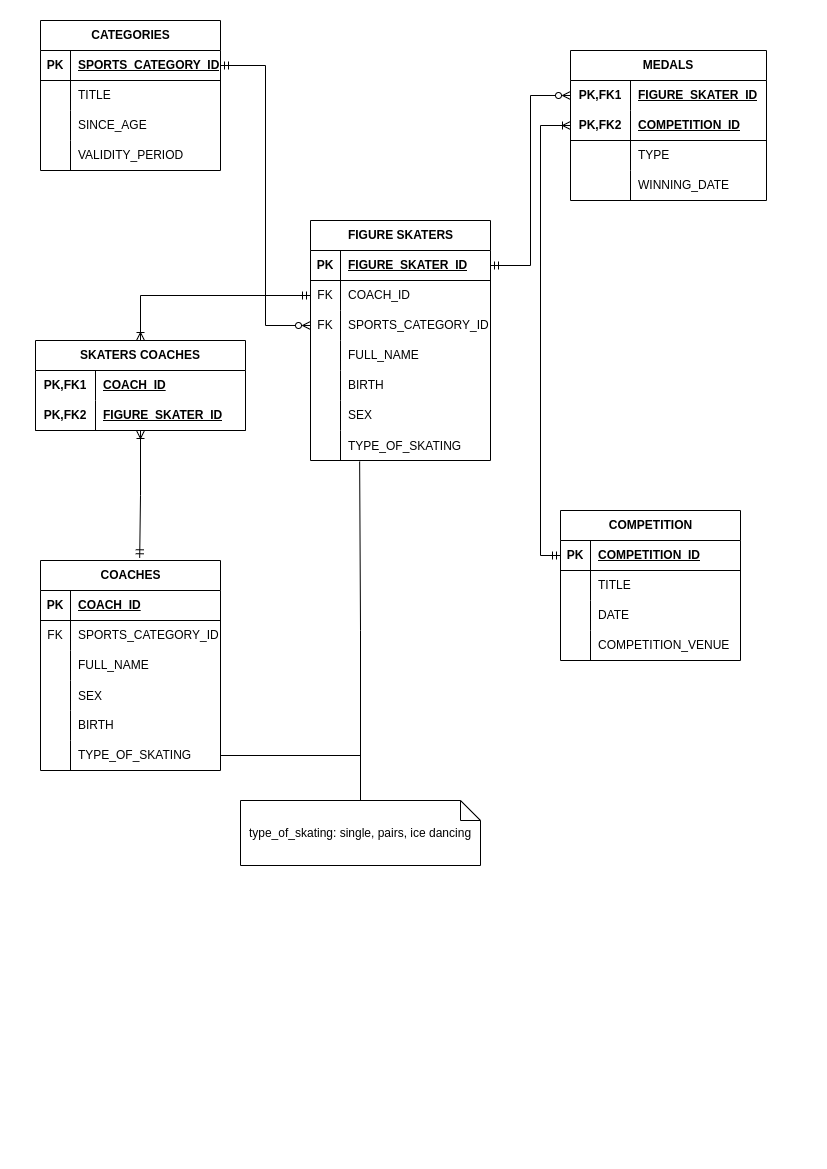
The draw.io diagram logic_model.png in Entriqa/MIPT-db-course, before a commit. Source tidied: cells renumbered, new cells last; positions are measured from the earlier drawing's top-left corner, leaving out a move shared by most shapes.
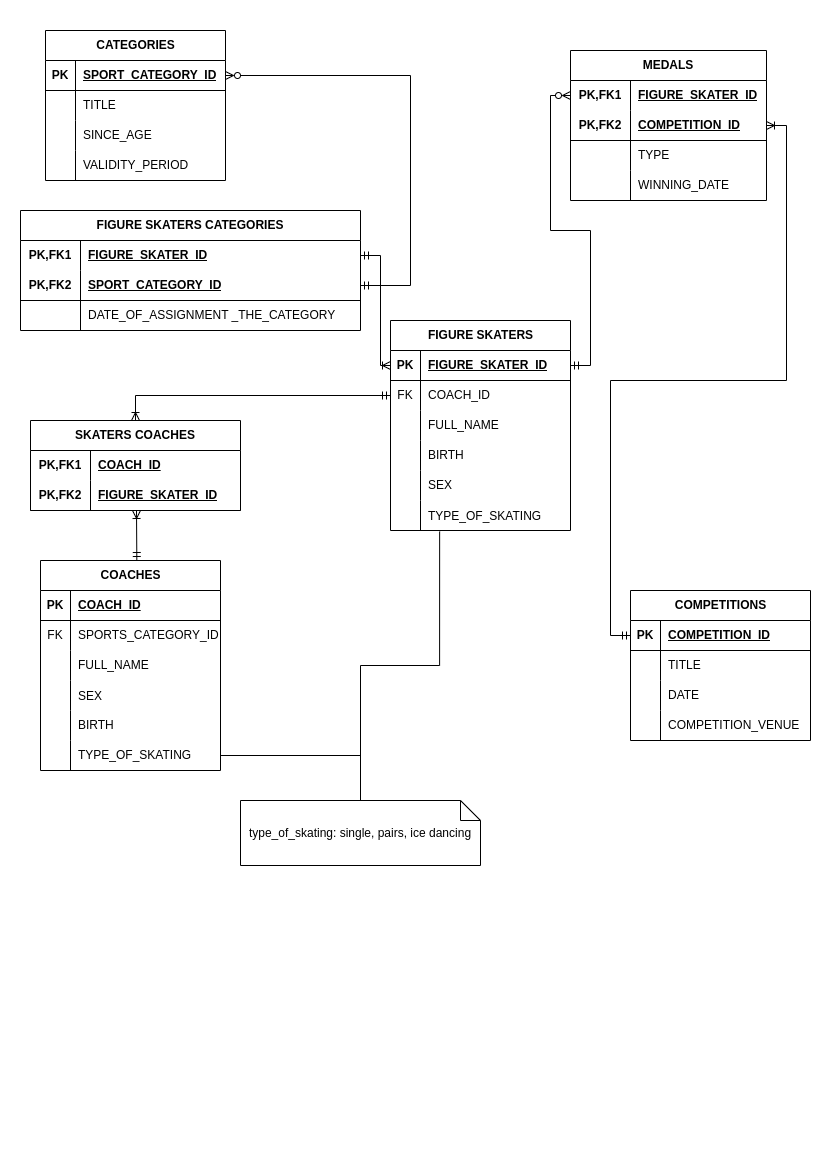
Later version of the same file.

Commit message:
added table with figure skaters categories to logic model

The edit, as a diff of the source:
```diff
@@ -3,7 +3,7 @@
     <mxCell id="0" />
     <mxCell id="1" parent="0" />
     <mxCell id="2" value="CATEGORIES" style="shape=table;startSize=30;rowLines=0;fontStyle=1;align=center;html=1;" parent="1" vertex="1">
-      <mxGeometry x="5" width="180" height="150" as="geometry" />
+      <mxGeometry x="10" y="10" width="180" height="150" as="geometry" />
     </mxCell>
     <mxCell id="3" style="shape=tableRow;horizontal=0;startSize=0;swimlaneHead=0;swimlaneBody=0;fillColor=none;points=[[0,0.5],[1,0.5]];portConstraint=eastwest;top=0;left=0;right=0;bottom=1;" parent="2" vertex="1">
       <mxGeometry y="30" width="180" height="30" as="geometry" />
@@ -11,7 +11,7 @@
     <mxCell id="4" value="PK" style="shape=partialRectangle;fillColor=none;top=0;left=0;bottom=0;right=0;fontStyle=1;overflow=hidden;whiteSpace=wrap;html=1;" parent="3" vertex="1">
       <mxGeometry width="30" height="30" as="geometry" />
     </mxCell>
-    <mxCell id="5" value="SPORTS_CATEGORY_ID" style="shape=partialRectangle;fillColor=none;top=0;left=0;bottom=0;right=0;align=left;spacingLeft=6;fontStyle=5;overflow=hidden;whiteSpace=wrap;html=1;" parent="3" vertex="1">
+    <mxCell id="5" value="SPORT_CATEGORY_ID" style="shape=partialRectangle;fillColor=none;top=0;left=0;bottom=0;right=0;align=left;spacingLeft=6;fontStyle=5;overflow=hidden;whiteSpace=wrap;html=1;" parent="3" vertex="1">
       <mxGeometry x="30" width="150" height="30" as="geometry" />
     </mxCell>
     <mxCell id="6" style="shape=tableRow;horizontal=0;startSize=0;swimlaneHead=0;swimlaneBody=0;fillColor=none;top=0;left=0;right=0;bottom=0;" parent="2" vertex="1">
@@ -42,7 +42,7 @@
       <mxGeometry x="30" width="150" height="30" as="geometry" />
     </mxCell>
     <mxCell id="15" value="FIGURE SKATERS" style="shape=table;startSize=30;rowLines=0;fontStyle=1;align=center;html=1;" parent="1" vertex="1">
-      <mxGeometry x="275" y="200" width="180" height="240" as="geometry" />
+      <mxGeometry x="355" y="300" width="180" height="210" as="geometry" />
     </mxCell>
     <mxCell id="16" style="shape=tableRow;horizontal=0;startSize=0;swimlaneHead=0;swimlaneBody=0;fillColor=none;points=[[0,0.5],[1,0.5]];portConstraint=eastwest;top=0;left=0;right=0;bottom=1;" parent="15" vertex="1">
       <mxGeometry y="30" width="180" height="30" as="geometry" />
@@ -62,17 +62,8 @@
     <mxCell id="21" value="COACH_ID" style="shape=partialRectangle;fillColor=none;top=0;left=0;bottom=0;right=0;align=left;spacingLeft=6;fontStyle=0;overflow=hidden;whiteSpace=wrap;html=1;" parent="19" vertex="1">
       <mxGeometry x="30" width="150" height="30" as="geometry" />
     </mxCell>
-    <mxCell id="22" style="shape=tableRow;horizontal=0;startSize=0;swimlaneHead=0;swimlaneBody=0;fillColor=none;points=[[0,0.5],[1,0.5]];portConstraint=eastwest;top=0;left=0;right=0;bottom=0;" parent="15" vertex="1">
-      <mxGeometry y="90" width="180" height="30" as="geometry" />
-    </mxCell>
-    <mxCell id="23" value="FK" style="shape=partialRectangle;fillColor=none;top=0;left=0;bottom=0;right=0;fontStyle=0;overflow=hidden;whiteSpace=wrap;html=1;" parent="22" vertex="1">
-      <mxGeometry width="30" height="30" as="geometry" />
-    </mxCell>
-    <mxCell id="24" value="SPORTS_CATEGORY_ID" style="shape=partialRectangle;fillColor=none;top=0;left=0;bottom=0;right=0;align=left;spacingLeft=6;fontStyle=0;overflow=hidden;whiteSpace=wrap;html=1;" parent="22" vertex="1">
-      <mxGeometry x="30" width="150" height="30" as="geometry" />
-    </mxCell>
     <mxCell id="25" style="shape=tableRow;horizontal=0;startSize=0;swimlaneHead=0;swimlaneBody=0;fillColor=none;top=0;left=0;right=0;bottom=0;" parent="15" vertex="1">
-      <mxGeometry y="120" width="180" height="30" as="geometry" />
+      <mxGeometry y="90" width="180" height="30" as="geometry" />
     </mxCell>
     <mxCell id="26" style="shape=partialRectangle;fillColor=none;top=0;left=0;bottom=0;right=0;overflow=hidden;whiteSpace=wrap;html=1;" parent="25" vertex="1">
       <mxGeometry width="30" height="30" as="geometry" />
@@ -81,7 +72,7 @@
       <mxGeometry x="30" width="150" height="30" as="geometry" />
     </mxCell>
     <mxCell id="28" style="shape=tableRow;horizontal=0;startSize=0;swimlaneHead=0;swimlaneBody=0;fillColor=none;top=0;left=0;right=0;bottom=0;" parent="15" vertex="1">
-      <mxGeometry y="150" width="180" height="30" as="geometry" />
+      <mxGeometry y="120" width="180" height="30" as="geometry" />
     </mxCell>
     <mxCell id="29" style="shape=partialRectangle;fillColor=none;top=0;left=0;bottom=0;right=0;overflow=hidden;whiteSpace=wrap;html=1;" parent="28" vertex="1">
       <mxGeometry width="30" height="30" as="geometry" />
@@ -90,7 +81,7 @@
       <mxGeometry x="30" width="150" height="30" as="geometry" />
     </mxCell>
     <mxCell id="31" style="shape=tableRow;horizontal=0;startSize=0;swimlaneHead=0;swimlaneBody=0;fillColor=none;top=0;left=0;right=0;bottom=0;" parent="15" vertex="1">
-      <mxGeometry y="180" width="180" height="30" as="geometry" />
+      <mxGeometry y="150" width="180" height="30" as="geometry" />
     </mxCell>
     <mxCell id="32" style="shape=partialRectangle;fillColor=none;top=0;left=0;bottom=0;right=0;overflow=hidden;whiteSpace=wrap;html=1;" parent="31" vertex="1">
       <mxGeometry width="30" height="30" as="geometry" />
@@ -99,7 +90,7 @@
       <mxGeometry x="30" width="150" height="30" as="geometry" />
     </mxCell>
     <mxCell id="34" style="shape=tableRow;horizontal=0;startSize=0;swimlaneHead=0;swimlaneBody=0;fillColor=none;points=[[0,0.5],[1,0.5]];portConstraint=eastwest;top=0;left=0;right=0;bottom=0;" parent="15" vertex="1">
-      <mxGeometry y="210" width="180" height="30" as="geometry" />
+      <mxGeometry y="180" width="180" height="30" as="geometry" />
     </mxCell>
     <mxCell id="35" style="shape=partialRectangle;fillColor=none;top=0;left=0;bottom=0;right=0;overflow=hidden;" parent="34" vertex="1">
       <mxGeometry width="30" height="30" as="geometry" />
@@ -170,8 +161,8 @@
     <mxCell id="57" value="TYPE_OF_SKATING" style="shape=partialRectangle;fillColor=none;top=0;left=0;bottom=0;right=0;align=left;spacingLeft=6;overflow=hidden;whiteSpace=wrap;html=1;" parent="55" vertex="1">
       <mxGeometry x="30" width="150" height="30" as="geometry" />
     </mxCell>
-    <mxCell id="58" value="COMPETITION" style="shape=table;startSize=30;rowLines=0;fontStyle=1;align=center;html=1;" parent="1" vertex="1">
-      <mxGeometry x="525" y="490" width="180" height="150" as="geometry" />
+    <mxCell id="58" value="COMPETITIONS" style="shape=table;startSize=30;rowLines=0;fontStyle=1;align=center;html=1;" parent="1" vertex="1">
+      <mxGeometry x="595" y="570" width="180" height="150" as="geometry" />
     </mxCell>
     <mxCell id="59" style="shape=tableRow;horizontal=0;startSize=0;swimlaneHead=0;swimlaneBody=0;fillColor=none;points=[[0,0.5],[1,0.5]];portConstraint=eastwest;top=0;left=0;right=0;bottom=1;" parent="58" vertex="1">
       <mxGeometry y="30" width="180" height="30" as="geometry" />
@@ -254,9 +245,6 @@
     <mxCell id="85" value="type_of_skating: single, pairs, ice dancing" style="shape=note;size=20;whiteSpace=wrap;html=1;" parent="1" vertex="1">
       <mxGeometry x="205" y="780" width="240" height="65" as="geometry" />
     </mxCell>
-    <mxCell id="86" style="edgeStyle=orthogonalEdgeStyle;rounded=0;jettySize=auto;html=1;entryX=1;entryY=0.5;entryDx=0;entryDy=0;startArrow=ERzeroToMany;startFill=0;endArrow=ERmandOne;endFill=0;" parent="1" edge="1" source="22" target="3">
-      <mxGeometry relative="1" as="geometry" />
-    </mxCell>
     <mxCell id="87" style="edgeStyle=orthogonalEdgeStyle;rounded=0;jettySize=auto;html=1;entryX=1;entryY=0.5;entryDx=0;entryDy=0;endArrow=ERmandOne;endFill=0;startArrow=ERzeroToMany;startFill=0;" parent="1" edge="1" source="72" target="16">
       <mxGeometry relative="1" as="geometry" />
     </mxCell>
@@ -267,7 +255,7 @@
       <mxGeometry relative="1" as="geometry" />
     </mxCell>
     <mxCell id="90" value="SKATERS COACHES" style="shape=table;startSize=30;rowLines=0;fontStyle=1;align=center;html=1;whiteSpace=wrap;" parent="1" vertex="1">
-      <mxGeometry y="320" width="210" height="90" as="geometry" />
+      <mxGeometry x="-5" y="400" width="210" height="90" as="geometry" />
     </mxCell>
     <mxCell id="91" style="shape=tableRow;horizontal=0;startSize=0;swimlaneHead=0;swimlaneBody=0;fillColor=none;top=0;left=0;right=0;bottom=0;html=1;" parent="90" vertex="1">
       <mxGeometry y="30" width="210" height="30" as="geometry" />
@@ -287,11 +275,60 @@
     <mxCell id="96" value="FIGURE_SKATER_ID" style="shape=partialRectangle;fillColor=none;top=0;left=0;bottom=0;right=0;align=left;spacingLeft=6;fontStyle=5;overflow=hidden;html=1;whiteSpace=wrap;" parent="94" vertex="1">
       <mxGeometry x="60" width="150" height="30" as="geometry" />
     </mxCell>
-    <mxCell id="97" style="edgeStyle=orthogonalEdgeStyle;rounded=0;jettySize=auto;html=1;entryX=0.551;entryY=-0.013;entryDx=0;entryDy=0;entryPerimeter=0;endArrow=ERmandOne;endFill=0;startArrow=ERoneToMany;startFill=0;" parent="1" edge="1" source="90" target="39">
-      <mxGeometry relative="1" as="geometry" />
+    <mxCell id="97" style="rounded=0;orthogonalLoop=1;jettySize=auto;html=1;endArrow=ERmandOne;endFill=0;startArrow=ERoneToMany;startFill=0;" parent="1" edge="1">
+      <mxGeometry relative="1" as="geometry">
+        <mxPoint x="101" y="490" as="sourcePoint" />
+        <mxPoint x="101.3" y="540" as="targetPoint" />
+      </mxGeometry>
     </mxCell>
     <mxCell id="98" style="edgeStyle=orthogonalEdgeStyle;rounded=0;jettySize=auto;html=1;entryX=0.5;entryY=0;entryDx=0;entryDy=0;startArrow=ERmandOne;startFill=0;endArrow=ERoneToMany;endFill=0;" parent="1" edge="1" source="19" target="90">
       <mxGeometry relative="1" as="geometry" />
     </mxCell>
+    <mxCell id="99" value="FIGURE SKATERS CATEGORIES" style="shape=table;startSize=30;rowLines=0;fontStyle=1;align=center;html=1;whiteSpace=wrap;" parent="1" vertex="1">
+      <mxGeometry x="-15" y="190" width="340" height="120" as="geometry" />
+    </mxCell>
+    <mxCell id="100" style="shape=tableRow;horizontal=0;startSize=0;swimlaneHead=0;swimlaneBody=0;fillColor=none;points=[[0,0.5],[1,0.5]];portConstraint=eastwest;top=0;left=0;right=0;bottom=0;html=1;" parent="99" vertex="1">
+      <mxGeometry y="30" width="340" height="30" as="geometry" />
+    </mxCell>
+    <mxCell id="101" value="PK,FK1" style="shape=partialRectangle;fillColor=none;top=0;left=0;bottom=0;right=0;fontStyle=1;overflow=hidden;html=1;whiteSpace=wrap;" parent="100" vertex="1">
+      <mxGeometry width="60" height="30" as="geometry" />
+    </mxCell>
+    <mxCell id="102" value="FIGURE_SKATER_ID" style="shape=partialRectangle;fillColor=none;top=0;left=0;bottom=0;right=0;align=left;spacingLeft=6;fontStyle=5;overflow=hidden;html=1;whiteSpace=wrap;" parent="100" vertex="1">
+      <mxGeometry x="60" width="280" height="30" as="geometry" />
+    </mxCell>
+    <mxCell id="103" style="shape=tableRow;horizontal=0;startSize=0;swimlaneHead=0;swimlaneBody=0;fillColor=none;points=[[0,0.5],[1,0.5]];portConstraint=eastwest;top=0;left=0;right=0;bottom=1;html=1;" parent="99" vertex="1">
+      <mxGeometry y="60" width="340" height="30" as="geometry" />
+    </mxCell>
+    <mxCell id="104" value="PK,FK2" style="shape=partialRectangle;fillColor=none;top=0;left=0;bottom=0;right=0;fontStyle=1;overflow=hidden;html=1;whiteSpace=wrap;" parent="103" vertex="1">
+      <mxGeometry width="60" height="30" as="geometry" />
+    </mxCell>
+    <mxCell id="105" value="SPORT_CATEGORY_ID" style="shape=partialRectangle;fillColor=none;top=0;left=0;bottom=0;right=0;align=left;spacingLeft=6;fontStyle=5;overflow=hidden;html=1;whiteSpace=wrap;" parent="103" vertex="1">
+      <mxGeometry x="60" width="280" height="30" as="geometry" />
+    </mxCell>
+    <mxCell id="106" style="shape=tableRow;horizontal=0;startSize=0;swimlaneHead=0;swimlaneBody=0;fillColor=none;top=0;left=0;right=0;bottom=0;html=1;" parent="99" vertex="1">
+      <mxGeometry y="90" width="340" height="30" as="geometry" />
+    </mxCell>
+    <mxCell id="107" style="shape=partialRectangle;fillColor=none;top=0;left=0;bottom=0;right=0;overflow=hidden;html=1;whiteSpace=wrap;" parent="106" vertex="1">
+      <mxGeometry width="60" height="30" as="geometry" />
+    </mxCell>
+    <mxCell id="108" value="DATE_OF_ASSIGNMENT _THE_CATEGORY" style="shape=partialRectangle;fillColor=none;top=0;left=0;bottom=0;right=0;align=left;spacingLeft=6;overflow=hidden;html=1;whiteSpace=wrap;" parent="106" vertex="1">
+      <mxGeometry x="60" width="280" height="30" as="geometry" />
+    </mxCell>
+    <mxCell id="109" style="edgeStyle=orthogonalEdgeStyle;rounded=0;jettySize=auto;html=1;entryX=1;entryY=0.5;entryDx=0;entryDy=0;startArrow=ERmandOne;startFill=0;endArrow=ERzeroToMany;endFill=0;" parent="1" edge="1" source="103" target="3">
+      <mxGeometry relative="1" as="geometry">
+        <Array as="points">
+          <mxPoint x="375" y="265" />
+          <mxPoint x="375" y="55" />
+        </Array>
+      </mxGeometry>
+    </mxCell>
+    <mxCell id="110" style="edgeStyle=orthogonalEdgeStyle;rounded=0;jettySize=auto;html=1;startArrow=ERmandOne;startFill=0;endArrow=ERoneToMany;endFill=0;" parent="1" edge="1" source="100" target="16">
+      <mxGeometry relative="1" as="geometry">
+        <Array as="points">
+          <mxPoint x="345" y="235" />
+          <mxPoint x="345" y="345" />
+        </Array>
+      </mxGeometry>
+    </mxCell>
   </root>
 </mxGraphModel>
```
